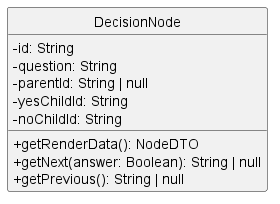
This is src/PB/DocumentazioneEsterna/Specifica_Tecnica/content/05-diagrammi-classi/uml/png/frontend/DecisionNode.png from GroupRubberDuck/Documentazione, a PlantUML export, as it was before one commit.
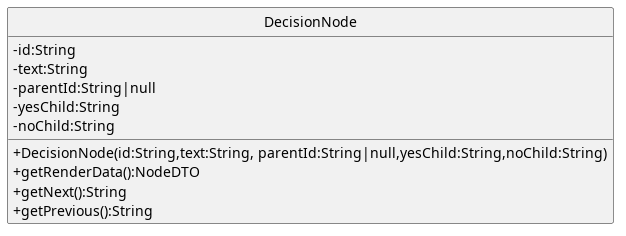
Later version of the same file.

What changed in the source:
```diff
@@ -1,16 +1,25 @@
-@startuml DecisionNode
+@startuml
+skinparam linetype ortho
+skinparam nodesep 80
+skinparam ranksep 100
 skinparam classAttributeIconSize 0
+skinparam packageStyle rectangle
 skinparam style strictuml
 
-class DecisionNode {
-  - id: String
-  - question: String
-  - parentId: String | null
-  - yesChildId: String
-  - noChildId: String
-  + getRenderData(): NodeDTO
-  + getNext(answer: Boolean): String | null
-  + getPrevious(): String | null
+class  DecisionNode{
+
+        - id:String
+        - text:String
+        - parentId:String|null
+        - yesChild:String
+        - noChild:String
+
+        + DecisionNode(id:String,text:String, parentId:String|null,yesChild:String,noChild:String)
+
+
+        + getRenderData():NodeDTO
+        + getNext():String
+        + getPrevious():String
 }
 
 @enduml
```
